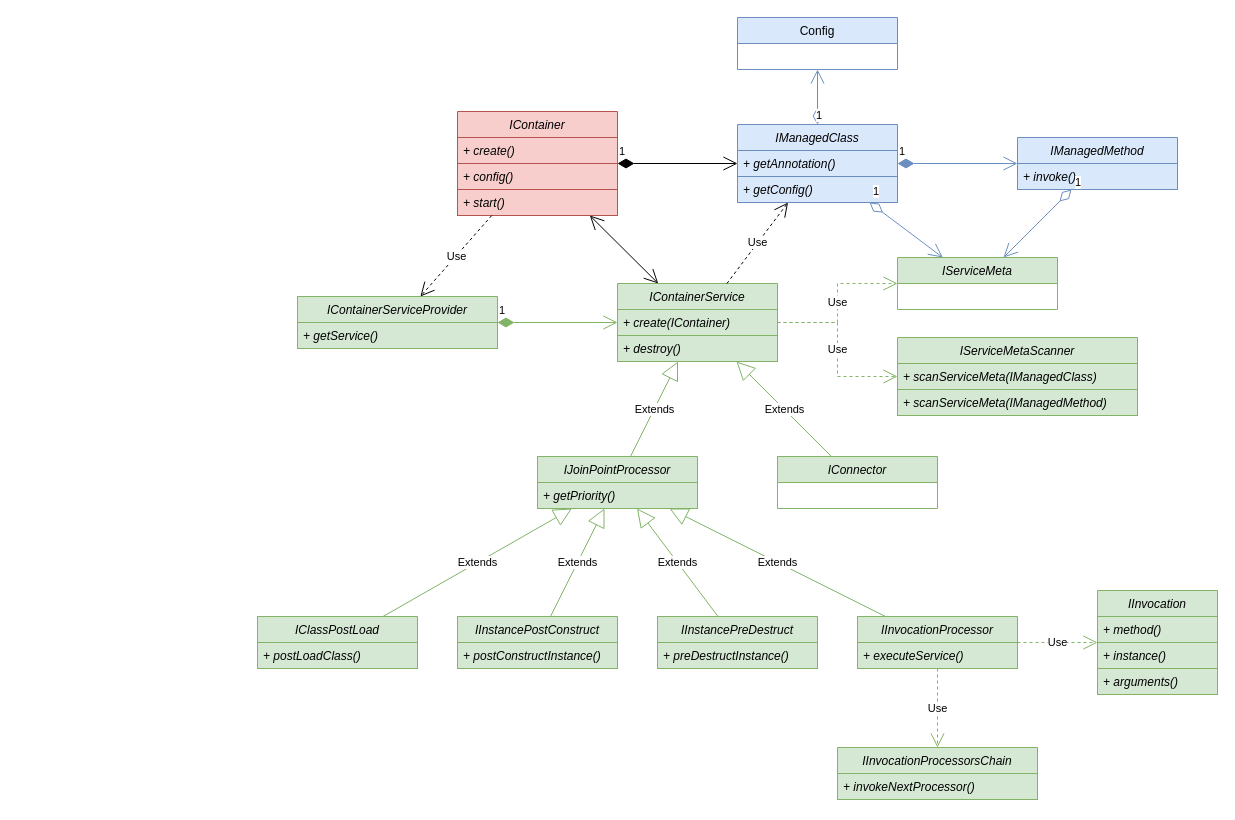
This is page "Container Service Classes" (2 of 14) of docs/container.drawio from js-lib-com/tiny-container, a draw.io file, before an edit. Source tidied: cells renumbered, new cells numbered last; positions are measured from the earlier drawing's top-left corner, leaving out a move shared by most shapes. Both pictures are drawn from the tidied source at 100%, with x=0, y=0 at pixel (257, 17).
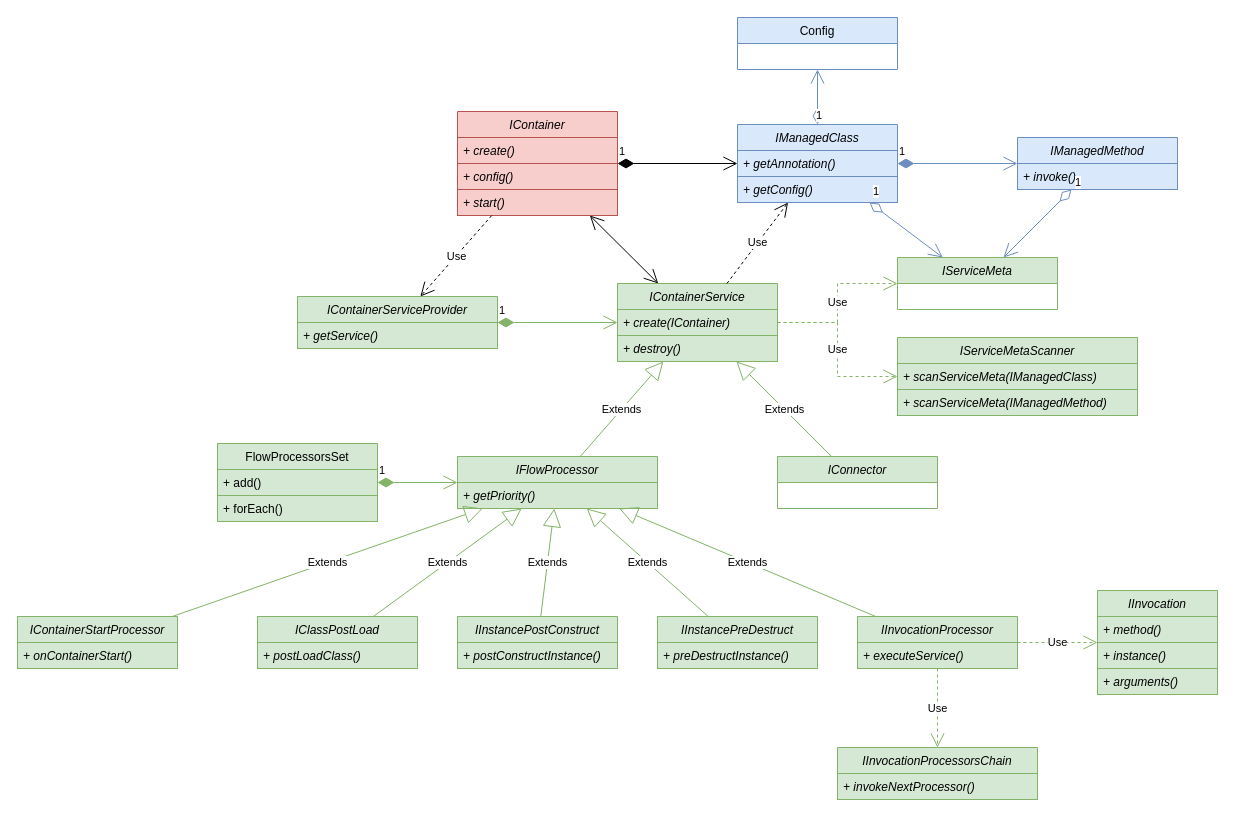
The same page after the edit.

Change to the diagram source:
```diff
@@
-    <mxCell id="8" value="IJoinPointProcessor" style="swimlane;fontStyle=2;horizontal=1;startSize=26;fillColor=#d5e8d4;rounded=0;labelBackgroundColor=none;fontSize=12;align=center;verticalAlign=middle;strokeColor=#82b366;" parent="1" vertex="1">
-      <mxGeometry x="280" y="439" width="160" height="52" as="geometry" />
+    <mxCell id="8" value="IFlowProcessor" style="swimlane;fontStyle=2;horizontal=1;startSize=26;fillColor=#d5e8d4;rounded=0;labelBackgroundColor=none;fontSize=12;align=center;verticalAlign=middle;strokeColor=#82b366;" parent="1" vertex="1">
+      <mxGeometry x="200" y="439" width="200" height="52" as="geometry" />
     </mxCell>
     <mxCell id="9" value="+ getPriority()" style="text;strokeColor=#82b366;fillColor=#d5e8d4;align=left;verticalAlign=top;spacingLeft=4;spacingRight=4;overflow=hidden;fontStyle=2;" parent="8" vertex="1">
-      <mxGeometry y="26" width="160" height="26" as="geometry" />
+      <mxGeometry y="26" width="200" height="26" as="geometry" />
     </mxCell>
@@
+    <mxCell id="57" value="FlowProcessorsSet" style="swimlane;fontStyle=0;horizontal=1;startSize=26;fillColor=#d5e8d4;strokeColor=#82b366;" parent="1" vertex="1">
+      <mxGeometry x="-40" y="426" width="160" height="78" as="geometry" />
+    </mxCell>
+    <mxCell id="58" value="+ add()" style="text;strokeColor=#82b366;fillColor=#d5e8d4;align=left;verticalAlign=top;spacingLeft=4;spacingRight=4;overflow=hidden;" parent="57" vertex="1">
+      <mxGeometry y="26" width="160" height="26" as="geometry" />
+    </mxCell>
+    <mxCell id="59" value="+ forEach()" style="text;strokeColor=#82b366;fillColor=#d5e8d4;align=left;verticalAlign=top;spacingLeft=4;spacingRight=4;overflow=hidden;" parent="57" vertex="1">
+      <mxGeometry y="52" width="160" height="26" as="geometry" />
+    </mxCell>
+    <mxCell id="60" value="1" style="endArrow=open;html=1;endSize=12;startArrow=diamondThin;startSize=14;startFill=1;align=left;verticalAlign=bottom;rounded=0;fillColor=#d5e8d4;strokeColor=#82b366;" parent="1" edge="1" source="57" target="8">
+      <mxGeometry x="-1" y="3" relative="1" as="geometry" />
+    </mxCell>
+    <mxCell id="61" value="IContainerStartProcessor" style="swimlane;fontStyle=2;horizontal=1;startSize=26;fillColor=#d5e8d4;strokeColor=#82b366;" parent="1" vertex="1">
+      <mxGeometry x="-240" y="599" width="160" height="52" as="geometry" />
+    </mxCell>
+    <mxCell id="62" value="+ onContainerStart()" style="text;strokeColor=#82b366;fillColor=#d5e8d4;align=left;verticalAlign=top;spacingLeft=4;spacingRight=4;overflow=hidden;fontStyle=2;" parent="61" vertex="1">
+      <mxGeometry y="26" width="160" height="26" as="geometry" />
+    </mxCell>
+    <mxCell id="63" value="Extends" style="endArrow=block;endSize=16;endFill=0;html=1;fillColor=#d5e8d4;strokeColor=#82b366;" parent="1" edge="1" source="61" target="8">
+      <mxGeometry relative="1" as="geometry" />
+    </mxCell>
```
